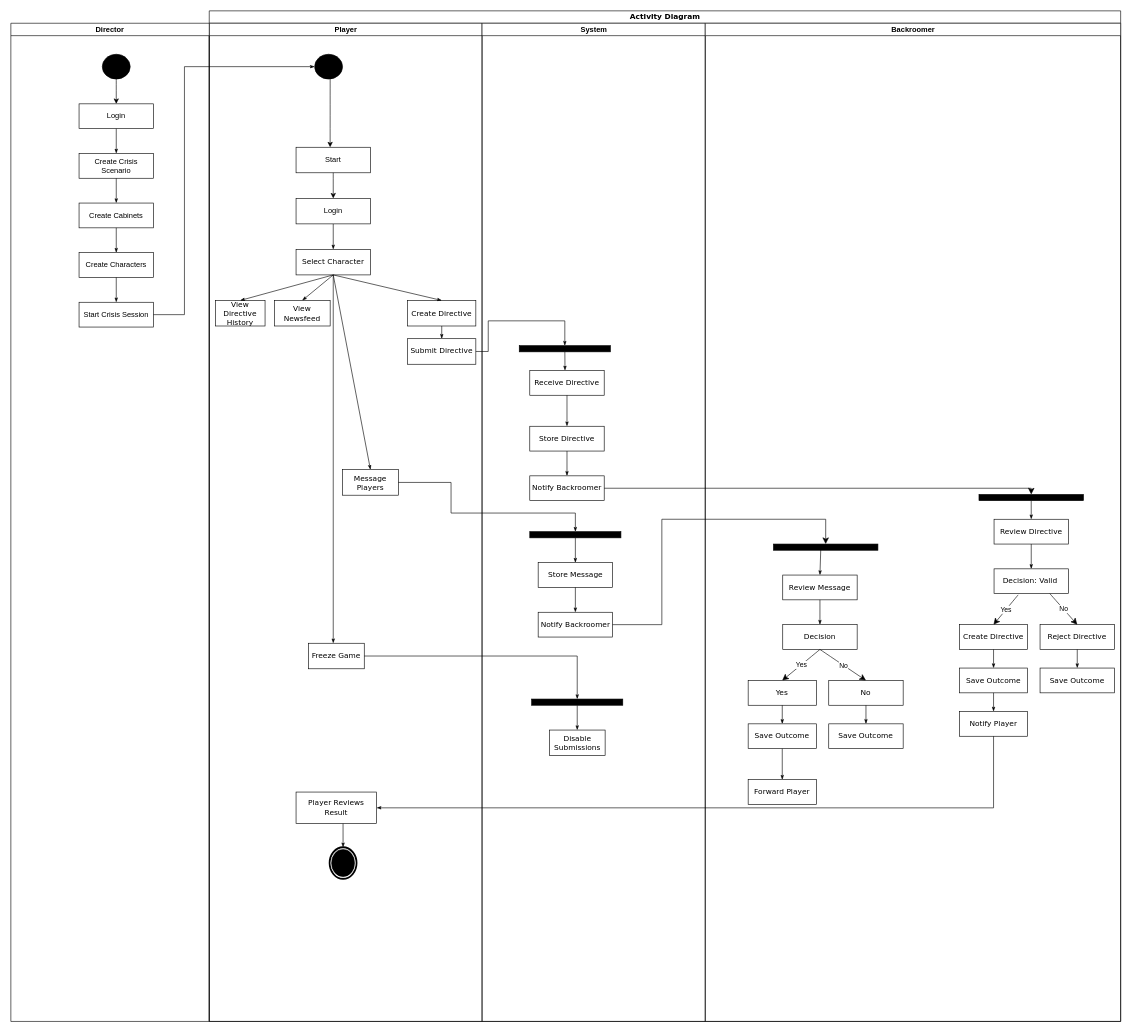
Before: docs/diagrams/Activity_Diagram.drawio.xml in ReasonableFailure/sopra-fs26-group43-server, a draw.io diagram. Source tidied: cells renumbered, new cells numbered last; positions are measured from the earlier drawing's top-left corner, leaving out a move shared by most shapes. Both pictures are drawn from the tidied source at 62%, with x=0, y=0 at pixel (11, 11).
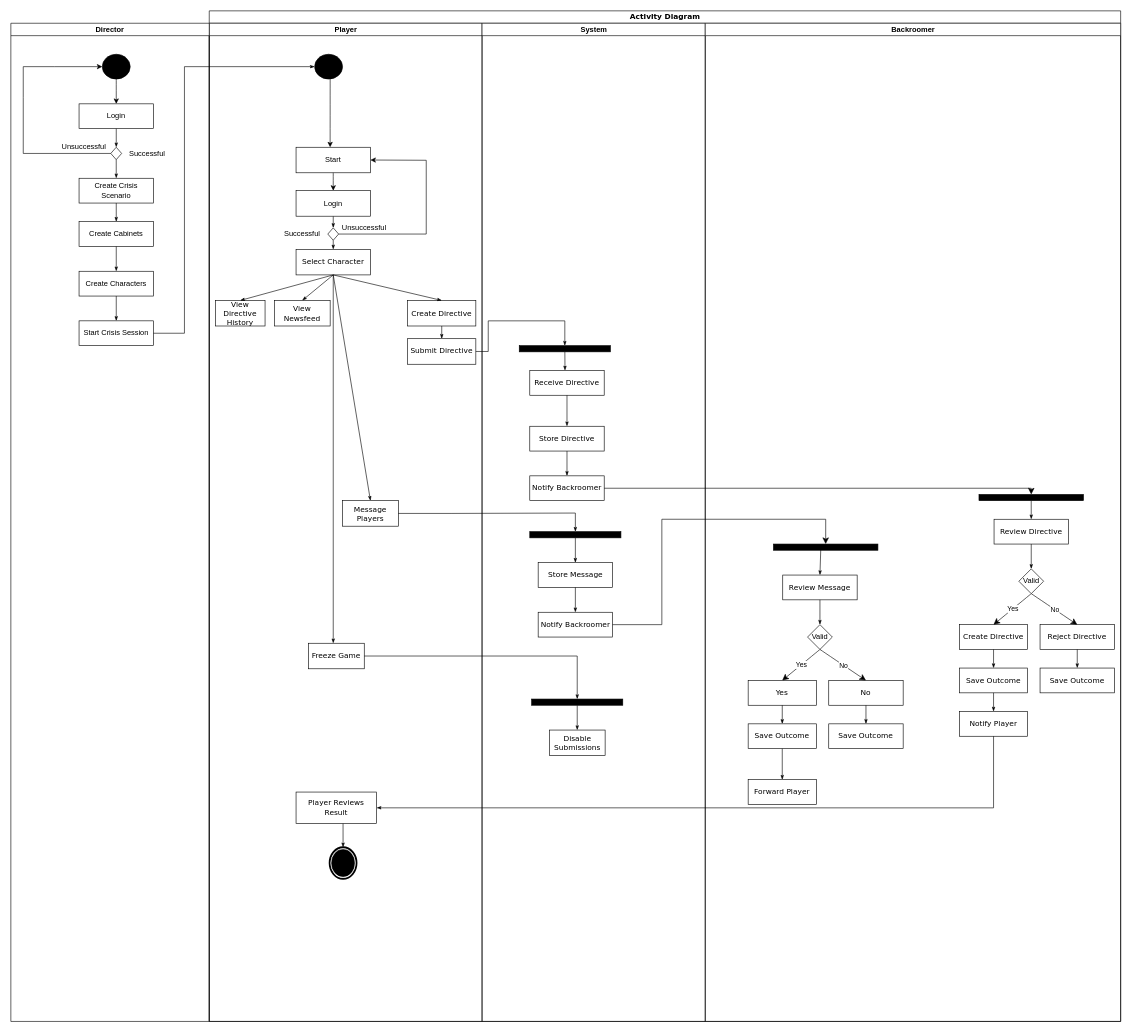
Above is the later version.

Commit message:
Updated activity diagram with user flow and decision nodes

Unchanged cells that the change refers to:
```xml
<mxCell id="2" value="Activity Diagram" style="swimlane;html=1;startSize=20;rounded=0;shadow=0;comic=0;labelBackgroundColor=none;strokeWidth=1;fontFamily=Verdana;fontSize=12;align=center;" parent="1" vertex="1">
  <mxGeometry x="320" width="1470" height="1630" as="geometry" />
</mxCell>
<mxCell id="3" value="Player" style="swimlane;html=1;startSize=20;" parent="2" vertex="1">
  <mxGeometry y="20" width="440" height="1610" as="geometry" />
</mxCell>
<mxCell id="4" style="ellipse;whiteSpace=wrap;html=1;rounded=0;shadow=0;comic=0;labelBackgroundColor=none;strokeWidth=1;fillColor=#000000;fontFamily=Verdana;fontSize=12;align=center;" parent="3" vertex="1">
  <mxGeometry x="170" y="50" width="45" height="40" as="geometry" />
</mxCell>
<mxCell id="9" style="group;" parent="6" vertex="1">
  <mxGeometry width="420" height="288.2" as="geometry" />
</mxCell>
<mxCell id="11" value="Select Character" style="rounded=0;whiteSpace=wrap;html=1;shadow=0;comic=0;labelBackgroundColor=none;strokeWidth=1;fontFamily=Verdana;fontSize=12;align=center;arcSize=50;" parent="9" vertex="1">
  <mxGeometry x="130" y="164.7" width="120" height="41.2" as="geometry" />
</mxCell>
<mxCell id="12" value="Start" style="rounded=0;whiteSpace=wrap;html=1;" parent="9" vertex="1">
  <mxGeometry x="130" width="120" height="41.2" as="geometry" />
</mxCell>
<mxCell id="39" style="whiteSpace=wrap;html=1;rounded=0;shadow=0;comic=0;labelBackgroundColor=none;strokeWidth=1;fillColor=#000000;fontFamily=Verdana;fontSize=12;align=center;rotation=0;" parent="31" vertex="1">
  <mxGeometry x="77" y="820" width="147" height="10" as="geometry" />
</mxCell>
<mxCell id="47" value="Backroomer" style="swimlane;html=1;startSize=20;" parent="2" vertex="1">
  <mxGeometry x="800" y="20" width="670" height="1610" as="geometry" />
</mxCell>
<mxCell id="49" value="Review Directive" style="rounded=0;whiteSpace=wrap;html=1;shadow=0;comic=0;labelBackgroundColor=none;strokeWidth=1;fontFamily=Verdana;fontSize=12;align=center;arcSize=50;" parent="47" vertex="1">
  <mxGeometry x="465.8" y="800" width="120" height="40" as="geometry" />
</mxCell>
<mxCell id="52" value="Create Directive" style="rounded=0;whiteSpace=wrap;html=1;shadow=0;comic=0;labelBackgroundColor=none;strokeWidth=1;fontFamily=Verdana;fontSize=12;align=center;arcSize=50;" parent="47" vertex="1">
  <mxGeometry x="410" y="970" width="110" height="40" as="geometry" />
</mxCell>
<mxCell id="55" value="Reject Directive" style="rounded=0;whiteSpace=wrap;html=1;shadow=0;comic=0;labelBackgroundColor=none;strokeWidth=1;fontFamily=Verdana;fontSize=12;align=center;arcSize=50;" parent="47" vertex="1">
  <mxGeometry x="540" y="970" width="120" height="40" as="geometry" />
</mxCell>
<mxCell id="67" style="group;" parent="47" vertex="1">
  <mxGeometry x="69.2" y="890" width="250" height="280" as="geometry" />
</mxCell>
<mxCell id="68" style="group;" parent="67" vertex="1">
  <mxGeometry x="55.8" width="120" height="120" as="geometry" />
</mxCell>
<mxCell id="69" value="Review Message" style="rounded=0;whiteSpace=wrap;html=1;shadow=0;comic=0;labelBackgroundColor=none;strokeWidth=1;fontFamily=Verdana;fontSize=12;align=center;arcSize=50;" parent="68" vertex="1">
  <mxGeometry width="120" height="40" as="geometry" />
</mxCell>
<mxCell id="73" value="Yes" style="rounded=0;whiteSpace=wrap;html=1;shadow=0;comic=0;labelBackgroundColor=none;strokeWidth=1;fontFamily=Verdana;fontSize=12;align=center;arcSize=50;" parent="72" vertex="1">
  <mxGeometry width="110" height="40" as="geometry" />
</mxCell>
<mxCell id="75" value="No" style="rounded=0;whiteSpace=wrap;html=1;shadow=0;comic=0;labelBackgroundColor=none;strokeWidth=1;fontFamily=Verdana;fontSize=12;align=center;arcSize=50;" parent="72" vertex="1">
  <mxGeometry x="130" width="120" height="40" as="geometry" />
</mxCell>
<mxCell id="91" value="Director" style="swimlane;startSize=20;horizontal=1;containerType=tree;" parent="1" vertex="1">
  <mxGeometry y="20" width="320" height="1610" as="geometry" />
</mxCell>
<mxCell id="92" style="ellipse;whiteSpace=wrap;html=1;rounded=0;shadow=0;comic=0;labelBackgroundColor=none;strokeWidth=1;fillColor=#000000;fontFamily=Verdana;fontSize=12;align=center;" parent="91" vertex="1">
  <mxGeometry x="147.5" y="50" width="45" height="40" as="geometry" />
</mxCell>
<mxCell id="93" value="Login" style="rounded=0;whiteSpace=wrap;html=1;" parent="91" vertex="1">
  <mxGeometry x="110" y="130" width="120" height="40" as="geometry" />
</mxCell>
```

What changed in the source:
```diff
@@
-    <mxCell id="10" style="edgeStyle=none;rounded=0;html=1;labelBackgroundColor=none;startArrow=none;startFill=0;startSize=5;endArrow=classicThin;endFill=1;endSize=5;jettySize=auto;strokeWidth=1;fontFamily=Verdana;fontSize=12;exitX=0.5;exitY=1;exitDx=0;exitDy=0;" parent="9" edge="1" source="13" target="11">
-      <mxGeometry relative="1" as="geometry" />
+    <mxCell id="10" style="edgeStyle=none;rounded=0;html=1;labelBackgroundColor=none;startArrow=none;startFill=0;startSize=5;endArrow=classicThin;endFill=1;endSize=5;jettySize=auto;strokeWidth=1;fontFamily=Verdana;fontSize=12;exitX=0.5;exitY=1;exitDx=0;exitDy=0;" parent="9" edge="1" source="13">
+      <mxGeometry relative="1" as="geometry">
+        <mxPoint x="190" y="130" as="targetPoint" />
+      </mxGeometry>
     </mxCell>
@@
     <mxCell id="13" value="Login" style="rounded=0;whiteSpace=wrap;html=1;" parent="9" vertex="1">
-      <mxGeometry x="130" y="82.4" width="120" height="41.2" as="geometry" />
+      <mxGeometry x="130" y="70" width="120" height="41.2" as="geometry" />
     </mxCell>
@@
+    <mxCell id="104" value="Successful" style="text;html=1;whiteSpace=wrap;strokeColor=none;fillColor=none;align=center;verticalAlign=middle;rounded=0;" parent="9" vertex="1">
+      <mxGeometry x="110" y="130" width="60" height="20" as="geometry" />
+    </mxCell>
+    <mxCell id="105" style="endArrow=classic;html=1;rounded=0;curved=0;entryX=1;entryY=0.5;entryDx=0;entryDy=0;exitX=1;exitY=0.5;exitDx=0;exitDy=0;" parent="9" edge="1" source="106" target="12">
+      <mxGeometry relative="1" as="geometry">
+        <Array as="points">
+          <mxPoint x="340" y="140" />
+          <mxPoint x="340" y="21" />
+        </Array>
+      </mxGeometry>
+    </mxCell>
+    <mxCell id="106" style="rhombus;whiteSpace=wrap;html=1;" parent="9" vertex="1">
+      <mxGeometry x="181.2" y="130" width="17.5" height="20" as="geometry" />
+    </mxCell>
+    <mxCell id="107" value="Unsuccessful" style="text;html=1;whiteSpace=wrap;strokeColor=none;fillColor=none;align=center;verticalAlign=middle;rounded=0;" parent="9" vertex="1">
+      <mxGeometry x="210" y="120" width="60" height="20" as="geometry" />
+    </mxCell>
@@
     <mxCell id="27" value="Message Players" style="rounded=0;whiteSpace=wrap;html=1;shadow=0;comic=0;labelBackgroundColor=none;strokeWidth=1;fontFamily=Verdana;fontSize=12;align=center;arcSize=50;" parent="3" vertex="1">
-      <mxGeometry x="215" y="720" width="90" height="41.2" as="geometry" />
+      <mxGeometry x="215" y="770" width="90" height="41.2" as="geometry" />
     </mxCell>
@@
-    <mxCell id="50" value="Decision: Valid&amp;nbsp;" style="rounded=0;whiteSpace=wrap;html=1;shadow=0;comic=0;labelBackgroundColor=none;strokeWidth=1;fontFamily=Verdana;fontSize=12;align=center;arcSize=50;" parent="47" vertex="1">
-      <mxGeometry x="465.8" y="880" width="120" height="40" as="geometry" />
-    </mxCell>
-    <mxCell id="51" style="edgeStyle=none;rounded=0;html=1;labelBackgroundColor=none;startArrow=none;startFill=0;startSize=5;endArrow=classicThin;endFill=1;endSize=5;jettySize=auto;strokeWidth=1;fontFamily=Verdana;fontSize=12;exitX=0.5;exitY=1;exitDx=0;exitDy=0;" parent="47" edge="1" source="49" target="50">
-      <mxGeometry relative="1" as="geometry" />
+    <mxCell id="51" style="edgeStyle=none;rounded=0;html=1;labelBackgroundColor=none;startArrow=none;startFill=0;startSize=5;endArrow=classicThin;endFill=1;endSize=5;jettySize=auto;strokeWidth=1;fontFamily=Verdana;fontSize=12;exitX=0.5;exitY=1;exitDx=0;exitDy=0;" parent="47" edge="1" source="49">
+      <mxGeometry relative="1" as="geometry">
+        <mxPoint x="525.8" y="880" as="targetPoint" />
+      </mxGeometry>
     </mxCell>
@@
-    <mxCell id="61" style="endArrow=classic;html=1;rounded=0;fontSize=12;startSize=8;endSize=8;curved=1;exitX=0.75;exitY=1;exitDx=0;exitDy=0;entryX=0.5;entryY=0;entryDx=0;entryDy=0;" parent="47" edge="1" source="50" target="55">
+    <mxCell id="61" style="endArrow=classic;html=1;rounded=0;fontSize=12;startSize=8;endSize=8;curved=1;exitX=0.5;exitY=1;exitDx=0;exitDy=0;entryX=0.5;entryY=0;entryDx=0;entryDy=0;" parent="47" edge="1" source="110" target="55">
       <mxGeometry relative="1" as="geometry" />
     </mxCell>
@@
-    <mxCell id="63" style="endArrow=classic;html=1;rounded=0;fontSize=12;startSize=8;endSize=8;curved=1;exitX=0.324;exitY=1.049;exitDx=0;exitDy=0;exitPerimeter=0;entryX=0.5;entryY=0;entryDx=0;entryDy=0;" parent="47" edge="1" source="50" target="52">
+    <mxCell id="63" style="endArrow=classic;html=1;rounded=0;fontSize=12;startSize=8;endSize=8;curved=1;exitX=0.5;exitY=1;exitDx=0;exitDy=0;entryX=0.5;entryY=0;entryDx=0;entryDy=0;" parent="47" edge="1" source="110" target="52">
       <mxGeometry relative="1" as="geometry" />
     </mxCell>
@@
-    <mxCell id="70" value="&lt;div style=&quot;text-align: center;&quot;&gt;&lt;span style=&quot;text-align: start; background-color: transparent;&quot;&gt;Decision&lt;/span&gt;&lt;/div&gt;" style="rounded=0;whiteSpace=wrap;html=1;shadow=0;comic=0;labelBackgroundColor=none;strokeWidth=1;fontFamily=Verdana;fontSize=12;align=center;arcSize=50;" parent="68" vertex="1">
-      <mxGeometry y="80" width="120" height="40" as="geometry" />
-    </mxCell>
-    <mxCell id="71" style="edgeStyle=none;rounded=0;html=1;labelBackgroundColor=none;startArrow=none;startFill=0;startSize=5;endArrow=classicThin;endFill=1;endSize=5;jettySize=auto;strokeWidth=1;fontFamily=Verdana;fontSize=12;exitX=0.5;exitY=1;exitDx=0;exitDy=0;entryX=0.5;entryY=0;entryDx=0;entryDy=0;" parent="68" edge="1" source="69" target="70">
-      <mxGeometry relative="1" as="geometry" />
+    <mxCell id="71" style="edgeStyle=none;rounded=0;html=1;labelBackgroundColor=none;startArrow=none;startFill=0;startSize=5;endArrow=classicThin;endFill=1;endSize=5;jettySize=auto;strokeWidth=1;fontFamily=Verdana;fontSize=12;exitX=0.5;exitY=1;exitDx=0;exitDy=0;entryX=0.5;entryY=0;entryDx=0;entryDy=0;" parent="68" edge="1" source="69">
+      <mxGeometry relative="1" as="geometry">
+        <mxPoint x="60" y="80" as="targetPoint" />
+      </mxGeometry>
     </mxCell>
+    <mxCell id="108" value="&lt;span style=&quot;color: rgba(0, 0, 0, 0); font-family: monospace; font-size: 0px; text-align: start; text-wrap-mode: nowrap;&quot;&gt;V&lt;/span&gt;" style="rhombus;whiteSpace=wrap;html=1;" parent="68" vertex="1">
+      <mxGeometry x="40" y="80" width="40" height="40" as="geometry" />
+    </mxCell>
+    <mxCell id="109" value="Valid" style="text;html=1;whiteSpace=wrap;strokeColor=none;fillColor=none;align=center;verticalAlign=middle;rounded=0;" parent="68" vertex="1">
+      <mxGeometry x="30" y="92.5" width="60" height="15" as="geometry" />
+    </mxCell>
@@
-    <mxCell id="79" style="endArrow=classic;html=1;rounded=0;fontSize=12;startSize=8;endSize=8;curved=1;exitX=0.5;exitY=1;exitDx=0;exitDy=0;entryX=0.5;entryY=0;entryDx=0;entryDy=0;" parent="67" edge="1" source="70" target="73">
-      <mxGeometry relative="1" as="geometry" />
+    <mxCell id="79" style="endArrow=classic;html=1;rounded=0;fontSize=12;startSize=8;endSize=8;curved=1;exitX=0.5;exitY=1;exitDx=0;exitDy=0;entryX=0.5;entryY=0;entryDx=0;entryDy=0;" parent="67" edge="1" target="73">
+      <mxGeometry relative="1" as="geometry">
+        <mxPoint x="115.8" y="120" as="sourcePoint" />
+      </mxGeometry>
     </mxCell>
@@
-    <mxCell id="81" style="endArrow=classic;html=1;rounded=0;fontSize=12;startSize=8;endSize=8;curved=1;exitX=0.5;exitY=1;exitDx=0;exitDy=0;entryX=0.5;entryY=0;entryDx=0;entryDy=0;" parent="67" edge="1" source="70" target="75">
-      <mxGeometry relative="1" as="geometry" />
+    <mxCell id="81" style="endArrow=classic;html=1;rounded=0;fontSize=12;startSize=8;endSize=8;curved=1;exitX=0.5;exitY=1;exitDx=0;exitDy=0;entryX=0.5;entryY=0;entryDx=0;entryDy=0;" parent="67" edge="1" target="75">
+      <mxGeometry relative="1" as="geometry">
+        <mxPoint x="115.8" y="120" as="sourcePoint" />
+      </mxGeometry>
     </mxCell>
@@
+    <mxCell id="110" value="&lt;span style=&quot;color: rgba(0, 0, 0, 0); font-family: monospace; font-size: 0px; text-align: start; text-wrap-mode: nowrap;&quot;&gt;V&lt;/span&gt;" style="rhombus;whiteSpace=wrap;html=1;" parent="47" vertex="1">
+      <mxGeometry x="505.8" y="880" width="40" height="40" as="geometry" />
+    </mxCell>
+    <mxCell id="111" value="Valid" style="text;html=1;whiteSpace=wrap;strokeColor=none;fillColor=none;align=center;verticalAlign=middle;rounded=0;" parent="47" vertex="1">
+      <mxGeometry x="495.8" y="892.5" width="60" height="15" as="geometry" />
+    </mxCell>
@@
     <mxCell id="88" style="edgeStyle=orthogonalEdgeStyle;rounded=0;html=1;labelBackgroundColor=none;startArrow=none;startFill=0;startSize=5;endArrow=classicThin;endFill=1;endSize=5;jettySize=auto;strokeWidth=1;fontFamily=Verdana;fontSize=12;entryX=0.5;entryY=0;entryDx=0;entryDy=0;exitX=1;exitY=0.5;exitDx=0;exitDy=0;" parent="2" edge="1" source="27" target="39">
       <mxGeometry relative="1" as="geometry">
         <Array as="points">
-          <mxPoint x="390" y="761" />
-          <mxPoint x="390" y="810" />
+          <mxPoint x="390" y="811" />
           <mxPoint x="591" y="810" />
         </Array>
       </mxGeometry>
     </mxCell>
@@
     <mxCell id="94" value="Create Crisis Scenario" style="rounded=0;whiteSpace=wrap;html=1;" parent="91" vertex="1">
-      <mxGeometry x="110" y="210" width="120" height="40" as="geometry" />
+      <mxGeometry x="110" y="250" width="120" height="40" as="geometry" />
     </mxCell>
     <mxCell id="95" value="Create Cabinets" style="rounded=0;whiteSpace=wrap;html=1;" parent="91" vertex="1">
-      <mxGeometry x="110" y="290" width="120" height="40" as="geometry" />
+      <mxGeometry x="110" y="320" width="120" height="40" as="geometry" />
     </mxCell>
     <mxCell id="96" value="Create Characters" style="rounded=0;whiteSpace=wrap;html=1;" parent="91" vertex="1">
-      <mxGeometry x="110" y="370" width="120" height="40" as="geometry" />
+      <mxGeometry x="110" y="400" width="120" height="40" as="geometry" />
     </mxCell>
@@
     <mxCell id="98" value="Start Crisis Session" style="rounded=0;whiteSpace=wrap;html=1;" parent="91" vertex="1">
-      <mxGeometry x="110" y="450" width="120" height="40" as="geometry" />
+      <mxGeometry x="110" y="480" width="120" height="40" as="geometry" />
     </mxCell>
-    <mxCell id="99" style="edgeStyle=none;rounded=0;html=1;labelBackgroundColor=none;startArrow=none;startFill=0;startSize=5;endArrow=classicThin;endFill=1;endSize=5;jettySize=auto;strokeWidth=1;fontFamily=Verdana;fontSize=12;exitX=0.5;exitY=1;exitDx=0;exitDy=0;entryX=0.5;entryY=0;entryDx=0;entryDy=0;" parent="91" edge="1" source="93" target="94">
-      <mxGeometry relative="1" as="geometry" />
+    <mxCell id="99" style="edgeStyle=none;rounded=0;html=1;labelBackgroundColor=none;startArrow=none;startFill=0;startSize=5;endArrow=classicThin;endFill=1;endSize=5;jettySize=auto;strokeWidth=1;fontFamily=Verdana;fontSize=12;exitX=0.5;exitY=1;exitDx=0;exitDy=0;" parent="91" edge="1" source="93">
+      <mxGeometry relative="1" as="geometry">
+        <mxPoint x="170" y="200" as="targetPoint" />
+      </mxGeometry>
     </mxCell>
@@
+    <mxCell id="112" style="endArrow=classic;html=1;rounded=0;curved=0;entryX=0;entryY=0.5;entryDx=0;entryDy=0;exitX=0;exitY=0.5;exitDx=0;exitDy=0;" parent="91" edge="1" source="115" target="92">
+      <mxGeometry relative="1" as="geometry">
+        <Array as="points">
+          <mxPoint x="20" y="210" />
+          <mxPoint x="20" y="120" />
+          <mxPoint x="20" y="70" />
+          <mxPoint x="70" y="70" />
+        </Array>
+      </mxGeometry>
+    </mxCell>
+    <mxCell id="113" value="Unsuccessful" style="text;html=1;whiteSpace=wrap;strokeColor=none;fillColor=none;align=center;verticalAlign=middle;rounded=0;" parent="91" vertex="1">
+      <mxGeometry x="87.5" y="190" width="60" height="20" as="geometry" />
+    </mxCell>
+    <mxCell id="114" value="Successful" style="text;html=1;whiteSpace=wrap;strokeColor=none;fillColor=none;align=center;verticalAlign=middle;rounded=0;" parent="91" vertex="1">
+      <mxGeometry x="190" y="200" width="60" height="20" as="geometry" />
+    </mxCell>
+    <mxCell id="115" style="rhombus;whiteSpace=wrap;html=1;" parent="91" vertex="1">
+      <mxGeometry x="161.2" y="200" width="17.5" height="20" as="geometry" />
+    </mxCell>
+    <mxCell id="116" style="edgeStyle=none;rounded=0;html=1;labelBackgroundColor=none;startArrow=none;startFill=0;startSize=5;endArrow=classicThin;endFill=1;endSize=5;jettySize=auto;strokeWidth=1;fontFamily=Verdana;fontSize=12;exitX=0.5;exitY=1;exitDx=0;exitDy=0;entryX=0.5;entryY=0;entryDx=0;entryDy=0;" parent="91" edge="1" source="115" target="94">
+      <mxGeometry relative="1" as="geometry" />
+    </mxCell>
     <mxCell id="103" style="edgeStyle=orthogonalEdgeStyle;rounded=0;html=1;labelBackgroundColor=none;startArrow=none;startFill=0;startSize=5;endArrow=classicThin;endFill=1;endSize=5;jettySize=auto;strokeWidth=1;fontFamily=Verdana;fontSize=12;exitX=1;exitY=0.5;exitDx=0;exitDy=0;entryX=0;entryY=0.5;entryDx=0;entryDy=0;" parent="1" edge="1" source="98" target="4">
       <mxGeometry relative="1" as="geometry">
         <Array as="points">
-          <mxPoint x="280" y="490" />
+          <mxPoint x="280" y="520" />
           <mxPoint x="280" y="90" />
         </Array>
       </mxGeometry>
     </mxCell>
+    <mxCell id="117" style="edgeStyle=none;rounded=0;html=1;labelBackgroundColor=none;startArrow=none;startFill=0;startSize=5;endArrow=classicThin;endFill=1;endSize=5;jettySize=auto;strokeWidth=1;fontFamily=Verdana;fontSize=12;entryX=0.5;entryY=0;entryDx=0;entryDy=0;" parent="1" edge="1" target="11">
+      <mxGeometry relative="1" as="geometry">
+        <mxPoint x="520" y="370" as="sourcePoint" />
+      </mxGeometry>
+    </mxCell>
```
